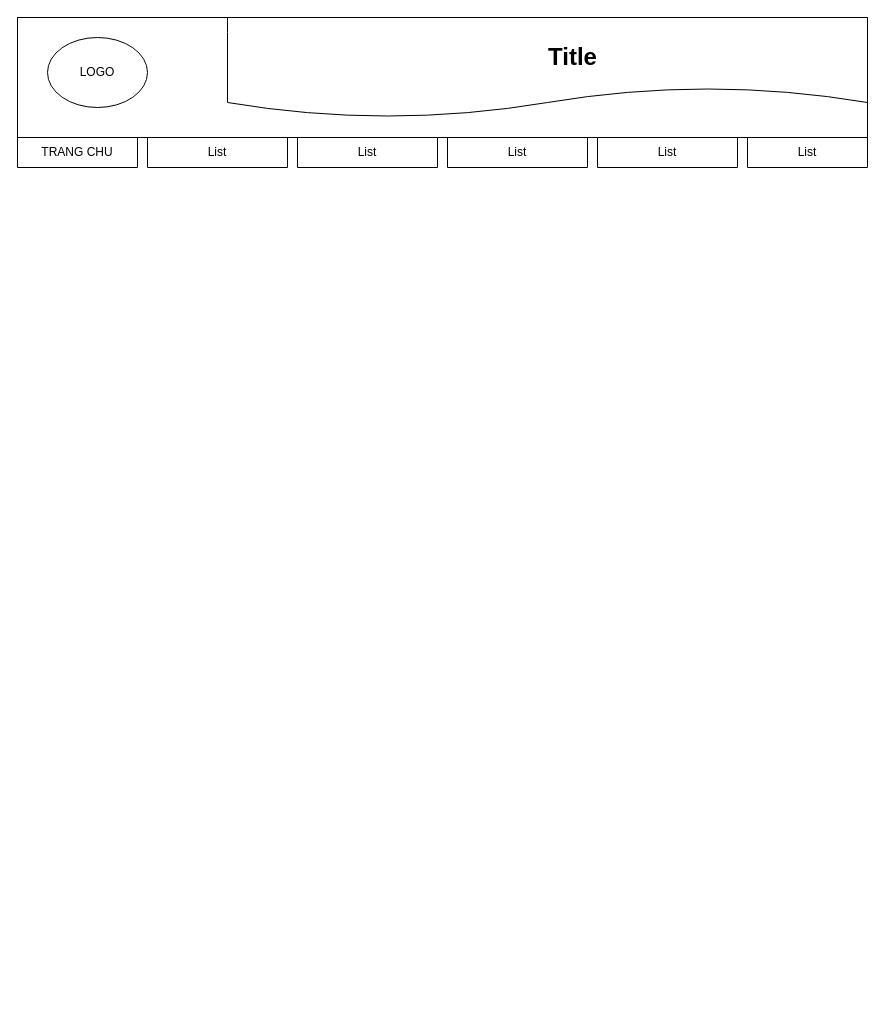
The draw.io diagram Untitled Diagram.drawio in TranDucLuong152/LAB1, before the edit. Source tidied: cells renumbered, new cells numbered last; positions are measured from the earlier drawing's top-left corner, leaving out a move shared by most shapes. Both pictures are drawn from the tidied source at 100%, with x=0, y=0 at pixel (17, 17).
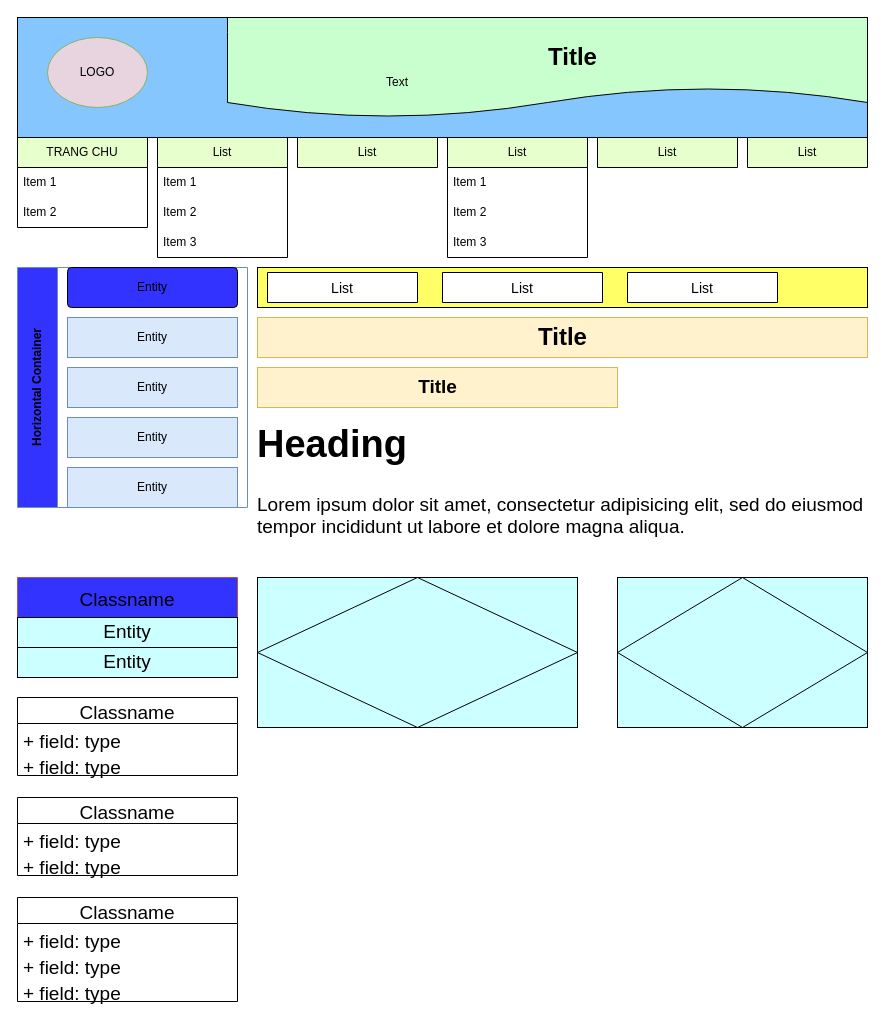
After the change.

Change to the diagram source:
```diff
@@
-    <mxCell id="2" style="rounded=0;whiteSpace=wrap;html=1;" parent="1" vertex="1">
+    <mxCell id="2" style="rounded=0;whiteSpace=wrap;html=1;fillColor=#85C6FF;" parent="1" vertex="1">
       <mxGeometry width="850" height="120" as="geometry" />
     </mxCell>
-    <mxCell id="3" style="shape=document;whiteSpace=wrap;html=1;boundedLbl=1;direction=west;rotation=-180;" parent="1" vertex="1">
+    <mxCell id="3" style="shape=document;whiteSpace=wrap;html=1;boundedLbl=1;direction=west;rotation=-180;fillColor=#C9FFCF;" parent="1" vertex="1">
       <mxGeometry x="210" width="640" height="100" as="geometry" />
     </mxCell>
-    <mxCell id="4" value="LOGO" style="ellipse;whiteSpace=wrap;html=1;align=center;" parent="1" vertex="1">
+    <mxCell id="4" value="LOGO" style="ellipse;whiteSpace=wrap;html=1;align=center;fillColor=#e8d4de;strokeColor=#82b366;" parent="1" vertex="1">
       <mxGeometry x="30" y="20" width="100" height="70" as="geometry" />
     </mxCell>
-    <mxCell id="5" value="TRANG CHU" style="swimlane;fontStyle=0;horizontal=1;startSize=30;whiteSpace=wrap;html=1;" parent="1" vertex="1" collapsed="1">
-      <mxGeometry y="120" width="120" height="30" as="geometry" />
+    <mxCell id="5" value="TRANG CHU" style="swimlane;fontStyle=0;horizontal=1;startSize=30;whiteSpace=wrap;html=1;fillColor=#E6FFCC;" parent="1" vertex="1">
+      <mxGeometry y="120" width="130" height="90" as="geometry" />
     </mxCell>
+    <mxCell id="12" value="Item 1" style="text;strokeColor=none;fillColor=none;align=left;verticalAlign=middle;spacingLeft=4;spacingRight=4;overflow=hidden;whiteSpace=wrap;html=1;" parent="5" vertex="1">
+      <mxGeometry y="30" width="130" height="30" as="geometry" />
+    </mxCell>
+    <mxCell id="13" value="Item 2" style="text;strokeColor=none;fillColor=none;align=left;verticalAlign=middle;spacingLeft=4;spacingRight=4;overflow=hidden;whiteSpace=wrap;html=1;" parent="5" vertex="1">
+      <mxGeometry y="60" width="130" height="30" as="geometry" />
+    </mxCell>
-    <mxCell id="6" value="List" style="swimlane;fontStyle=0;horizontal=1;startSize=30;whiteSpace=wrap;html=1;" parent="1" vertex="1" collapsed="1">
-      <mxGeometry x="130" y="120" width="140" height="30" as="geometry" />
+    <mxCell id="6" value="List" style="swimlane;fontStyle=0;horizontal=1;startSize=30;whiteSpace=wrap;html=1;fillColor=#E6FFCC;" parent="1" vertex="1">
+      <mxGeometry x="140" y="120" width="130" height="120" as="geometry" />
     </mxCell>
+    <mxCell id="14" value="Item 1" style="text;strokeColor=none;fillColor=none;align=left;verticalAlign=middle;spacingLeft=4;spacingRight=4;overflow=hidden;whiteSpace=wrap;html=1;" parent="6" vertex="1">
+      <mxGeometry y="30" width="130" height="30" as="geometry" />
+    </mxCell>
+    <mxCell id="15" value="Item 2" style="text;strokeColor=none;fillColor=none;align=left;verticalAlign=middle;spacingLeft=4;spacingRight=4;overflow=hidden;whiteSpace=wrap;html=1;" parent="6" vertex="1">
+      <mxGeometry y="60" width="130" height="30" as="geometry" />
+    </mxCell>
+    <mxCell id="16" value="Item 3" style="text;strokeColor=none;fillColor=none;align=left;verticalAlign=middle;spacingLeft=4;spacingRight=4;overflow=hidden;whiteSpace=wrap;html=1;" parent="6" vertex="1">
+      <mxGeometry y="90" width="130" height="30" as="geometry" />
+    </mxCell>
-    <mxCell id="7" value="List" style="swimlane;fontStyle=0;horizontal=1;startSize=30;whiteSpace=wrap;html=1;" parent="1" vertex="1" collapsed="1">
+    <mxCell id="7" value="List" style="swimlane;fontStyle=0;horizontal=1;startSize=30;whiteSpace=wrap;html=1;fillColor=#E6FFCC;" parent="1" vertex="1" collapsed="1">
       <mxGeometry x="280" y="120" width="140" height="30" as="geometry" />
     </mxCell>
-    <mxCell id="8" value="List" style="swimlane;fontStyle=0;horizontal=1;startSize=30;whiteSpace=wrap;html=1;" parent="1" vertex="1" collapsed="1">
-      <mxGeometry x="430" y="120" width="140" height="30" as="geometry" />
+    <mxCell id="8" value="List" style="swimlane;fontStyle=0;horizontal=1;startSize=30;whiteSpace=wrap;html=1;fillColor=#E6FFCC;" parent="1" vertex="1">
+      <mxGeometry x="430" y="120" width="140" height="120" as="geometry" />
     </mxCell>
+    <mxCell id="17" value="Item 1" style="text;strokeColor=none;fillColor=none;align=left;verticalAlign=middle;spacingLeft=4;spacingRight=4;overflow=hidden;whiteSpace=wrap;html=1;" parent="8" vertex="1">
+      <mxGeometry y="30" width="140" height="30" as="geometry" />
+    </mxCell>
+    <mxCell id="18" value="Item 2" style="text;strokeColor=none;fillColor=none;align=left;verticalAlign=middle;spacingLeft=4;spacingRight=4;overflow=hidden;whiteSpace=wrap;html=1;" parent="8" vertex="1">
+      <mxGeometry y="60" width="140" height="30" as="geometry" />
+    </mxCell>
+    <mxCell id="19" value="Item 3" style="text;strokeColor=none;fillColor=none;align=left;verticalAlign=middle;spacingLeft=4;spacingRight=4;overflow=hidden;whiteSpace=wrap;html=1;" parent="8" vertex="1">
+      <mxGeometry y="90" width="140" height="30" as="geometry" />
+    </mxCell>
-    <mxCell id="9" value="List" style="swimlane;fontStyle=0;horizontal=1;startSize=30;whiteSpace=wrap;html=1;" parent="1" vertex="1" collapsed="1">
+    <mxCell id="9" value="List" style="swimlane;fontStyle=0;horizontal=1;startSize=30;whiteSpace=wrap;html=1;fillColor=#E6FFCC;" parent="1" vertex="1" collapsed="1">
       <mxGeometry x="580" y="120" width="140" height="30" as="geometry" />
     </mxCell>
-    <mxCell id="10" value="List" style="swimlane;fontStyle=0;horizontal=1;startSize=30;whiteSpace=wrap;html=1;" parent="1" vertex="1" collapsed="1">
+    <mxCell id="10" value="List" style="swimlane;fontStyle=0;horizontal=1;startSize=30;whiteSpace=wrap;html=1;fillColor=#E6FFCC;" parent="1" vertex="1" collapsed="1">
       <mxGeometry x="730" y="120" width="120" height="30" as="geometry" />
     </mxCell>
@@
+    <mxCell id="20" value="Horizontal Container" style="swimlane;horizontal=0;whiteSpace=wrap;html=1;startSize=40;fillColor=#3333FF;strokeColor=#6c8ebf;" parent="1" vertex="1">
+      <mxGeometry y="250" width="230" height="240" as="geometry" />
+    </mxCell>
+    <mxCell id="21" value="Entity" style="rounded=1;arcSize=10;whiteSpace=wrap;html=1;align=center;fillColor=#3333FF;" parent="20" vertex="1">
+      <mxGeometry x="50" width="170" height="40" as="geometry" />
+    </mxCell>
+    <mxCell id="22" value="Entity" style="whiteSpace=wrap;html=1;align=center;fillColor=#dae8fc;strokeColor=#6c8ebf;" parent="20" vertex="1">
+      <mxGeometry x="50" y="50" width="170" height="40" as="geometry" />
+    </mxCell>
+    <mxCell id="23" value="Entity" style="whiteSpace=wrap;html=1;align=center;fillColor=#dae8fc;strokeColor=#6c8ebf;" parent="20" vertex="1">
+      <mxGeometry x="50" y="100" width="170" height="40" as="geometry" />
+    </mxCell>
+    <mxCell id="24" value="Entity" style="whiteSpace=wrap;html=1;align=center;fillColor=#dae8fc;strokeColor=#6c8ebf;" parent="20" vertex="1">
+      <mxGeometry x="50" y="150" width="170" height="40" as="geometry" />
+    </mxCell>
+    <mxCell id="25" value="Entity" style="whiteSpace=wrap;html=1;align=center;fillColor=#dae8fc;strokeColor=#6c8ebf;" parent="20" vertex="1">
+      <mxGeometry x="50" y="200" width="170" height="40" as="geometry" />
+    </mxCell>
+    <mxCell id="26" style="whiteSpace=wrap;html=1;align=center;fillColor=#FFFF66;" parent="1" vertex="1">
+      <mxGeometry x="240" y="250" width="610" height="40" as="geometry" />
+    </mxCell>
+    <mxCell id="27" value="List" style="swimlane;fontStyle=0;horizontal=1;startSize=30;align=center;fontSize=14;" parent="1" vertex="1" collapsed="1">
+      <mxGeometry x="250" y="255" width="150" height="30" as="geometry" />
+    </mxCell>
+    <mxCell id="28" value="List" style="swimlane;fontStyle=0;horizontal=1;startSize=30;align=center;fontSize=14;" parent="1" vertex="1" collapsed="1">
+      <mxGeometry x="425" y="255" width="160" height="30" as="geometry" />
+    </mxCell>
+    <mxCell id="29" value="List" style="swimlane;fontStyle=0;horizontal=1;startSize=30;align=center;fontSize=14;" parent="1" vertex="1" collapsed="1">
+      <mxGeometry x="610" y="255" width="150" height="30" as="geometry" />
+    </mxCell>
+    <mxCell id="30" value="Title" style="text;strokeColor=#d6b656;fillColor=#fff2cc;html=1;fontSize=24;fontStyle=1;verticalAlign=middle;align=center;" parent="1" vertex="1">
+      <mxGeometry x="240" y="300" width="610" height="40" as="geometry" />
+    </mxCell>
+    <mxCell id="31" value="Text" style="text;strokeColor=none;align=center;fillColor=none;html=1;verticalAlign=middle;whiteSpace=wrap;rounded=0;" parent="1" vertex="1">
+      <mxGeometry x="350" y="50" width="60" height="30" as="geometry" />
+    </mxCell>
+    <mxCell id="32" value="Title" style="text;strokeColor=#d6b656;fillColor=#fff2cc;html=1;fontSize=19;fontStyle=1;verticalAlign=middle;align=center;" parent="1" vertex="1">
+      <mxGeometry x="240" y="350" width="360" height="40" as="geometry" />
+    </mxCell>
+    <mxCell id="33" value="&lt;h1&gt;Heading&lt;/h1&gt;&lt;p&gt;Lorem ipsum dolor sit amet, consectetur adipisicing elit, sed do eiusmod tempor incididunt ut labore et dolore magna aliqua.&lt;/p&gt;" style="text;html=1;strokeColor=none;fillColor=none;spacing=5;spacingTop=-20;whiteSpace=wrap;overflow=hidden;rounded=0;fontSize=19;" parent="1" vertex="1">
+      <mxGeometry x="235" y="390" width="615" height="140" as="geometry" />
+    </mxCell>
+    <mxCell id="34" value="Classname" style="swimlane;fontStyle=0;horizontal=1;startSize=40;fillColor=#3333FF;fontSize=19;strokeColor=#b85450;" parent="1" vertex="1">
+      <mxGeometry y="560" width="220" height="100" as="geometry" />
+    </mxCell>
+    <mxCell id="35" value="Entity" style="whiteSpace=wrap;html=1;align=center;fontSize=19;fillColor=#CCFFFF;" parent="34" vertex="1">
+      <mxGeometry y="40" width="220" height="30" as="geometry" />
+    </mxCell>
+    <mxCell id="36" value="Entity" style="whiteSpace=wrap;html=1;align=center;fontSize=19;fillColor=#CCFFFF;" parent="34" vertex="1">
+      <mxGeometry y="70" width="220" height="30" as="geometry" />
+    </mxCell>
+    <mxCell id="37" style="shape=associativeEntity;whiteSpace=wrap;html=1;align=center;fontSize=19;fillColor=#CCFFFF;" parent="1" vertex="1">
+      <mxGeometry x="240" y="560" width="320" height="150" as="geometry" />
+    </mxCell>
+    <mxCell id="38" value="&lt;br&gt;" style="shape=associativeEntity;whiteSpace=wrap;html=1;align=center;fontSize=19;fillColor=#CCFFFF;" parent="1" vertex="1">
+      <mxGeometry x="600" y="560" width="250" height="150" as="geometry" />
+    </mxCell>
+    <mxCell id="39" value="Classname" style="swimlane;fontStyle=0;horizontal=1;startSize=26;fillColor=none;fontSize=19;" parent="1" vertex="1">
+      <mxGeometry y="680" width="220" height="78" as="geometry" />
+    </mxCell>
+    <mxCell id="40" value="+ field: type" style="text;strokeColor=none;fillColor=none;align=left;verticalAlign=top;spacingLeft=4;spacingRight=4;overflow=hidden;fontSize=19;" parent="39" vertex="1">
+      <mxGeometry y="26" width="220" height="26" as="geometry" />
+    </mxCell>
+    <mxCell id="41" value="+ field: type" style="text;strokeColor=none;fillColor=none;align=left;verticalAlign=top;spacingLeft=4;spacingRight=4;overflow=hidden;fontSize=19;" parent="39" vertex="1">
+      <mxGeometry y="52" width="220" height="26" as="geometry" />
+    </mxCell>
+    <mxCell id="42" value="Classname" style="swimlane;fontStyle=0;horizontal=1;startSize=26;fillColor=none;fontSize=19;" parent="1" vertex="1">
+      <mxGeometry y="780" width="220" height="78" as="geometry" />
+    </mxCell>
+    <mxCell id="43" value="+ field: type" style="text;strokeColor=none;fillColor=none;align=left;verticalAlign=top;spacingLeft=4;spacingRight=4;overflow=hidden;fontSize=19;" parent="42" vertex="1">
+      <mxGeometry y="26" width="220" height="26" as="geometry" />
+    </mxCell>
+    <mxCell id="44" value="+ field: type" style="text;strokeColor=none;fillColor=none;align=left;verticalAlign=top;spacingLeft=4;spacingRight=4;overflow=hidden;fontSize=19;" parent="42" vertex="1">
+      <mxGeometry y="52" width="220" height="26" as="geometry" />
+    </mxCell>
+    <mxCell id="45" value="Classname" style="swimlane;fontStyle=0;horizontal=1;startSize=26;fillColor=none;fontSize=19;" parent="1" vertex="1">
+      <mxGeometry y="880" width="220" height="104" as="geometry" />
+    </mxCell>
+    <mxCell id="46" value="+ field: type" style="text;strokeColor=none;fillColor=none;align=left;verticalAlign=top;spacingLeft=4;spacingRight=4;overflow=hidden;fontSize=19;" parent="45" vertex="1">
+      <mxGeometry y="26" width="220" height="26" as="geometry" />
+    </mxCell>
+    <mxCell id="47" value="+ field: type" style="text;strokeColor=none;fillColor=none;align=left;verticalAlign=top;spacingLeft=4;spacingRight=4;overflow=hidden;fontSize=19;" parent="45" vertex="1">
+      <mxGeometry y="52" width="220" height="26" as="geometry" />
+    </mxCell>
+    <mxCell id="48" value="+ field: type" style="text;strokeColor=none;fillColor=none;align=left;verticalAlign=top;spacingLeft=4;spacingRight=4;overflow=hidden;fontSize=19;" parent="45" vertex="1">
+      <mxGeometry y="78" width="220" height="26" as="geometry" />
+    </mxCell>
```
